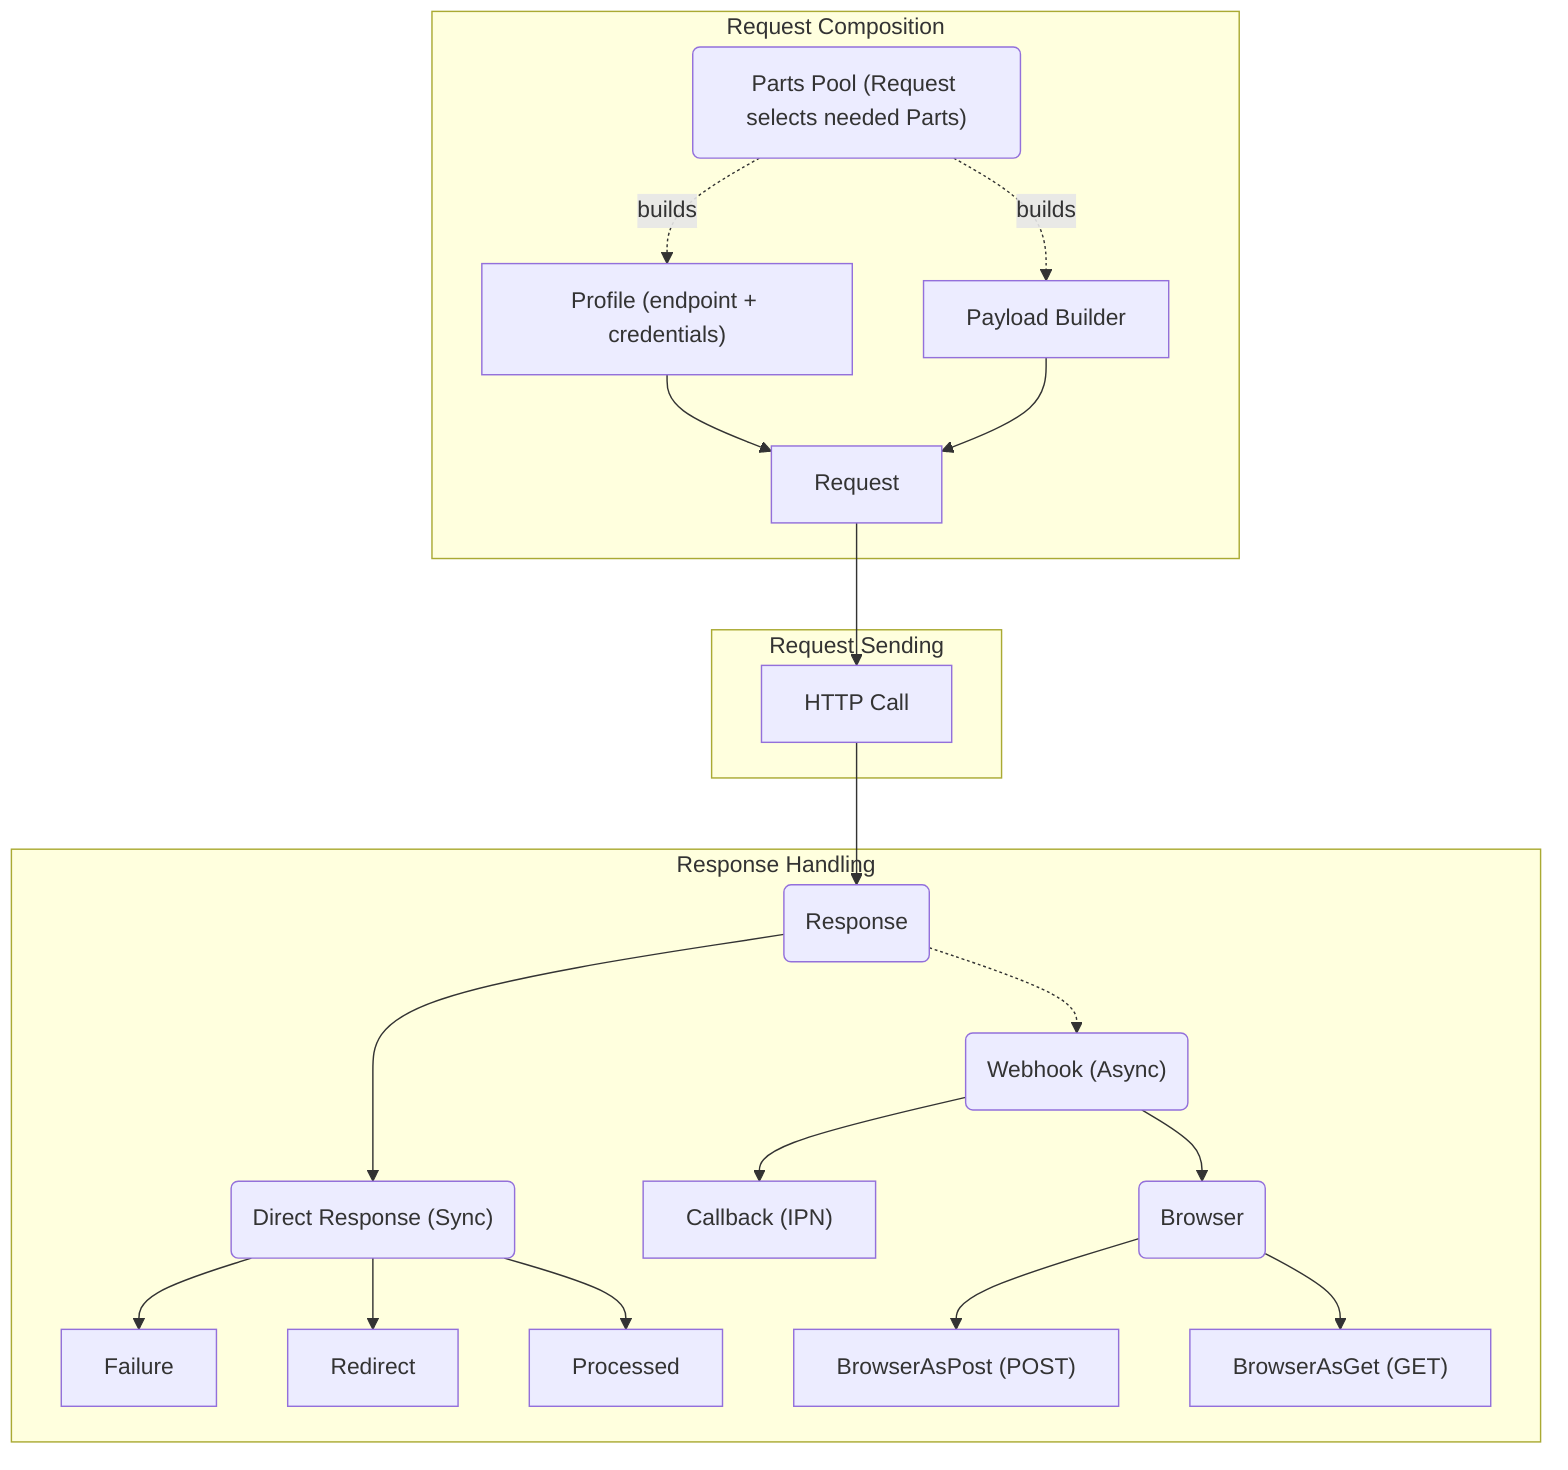
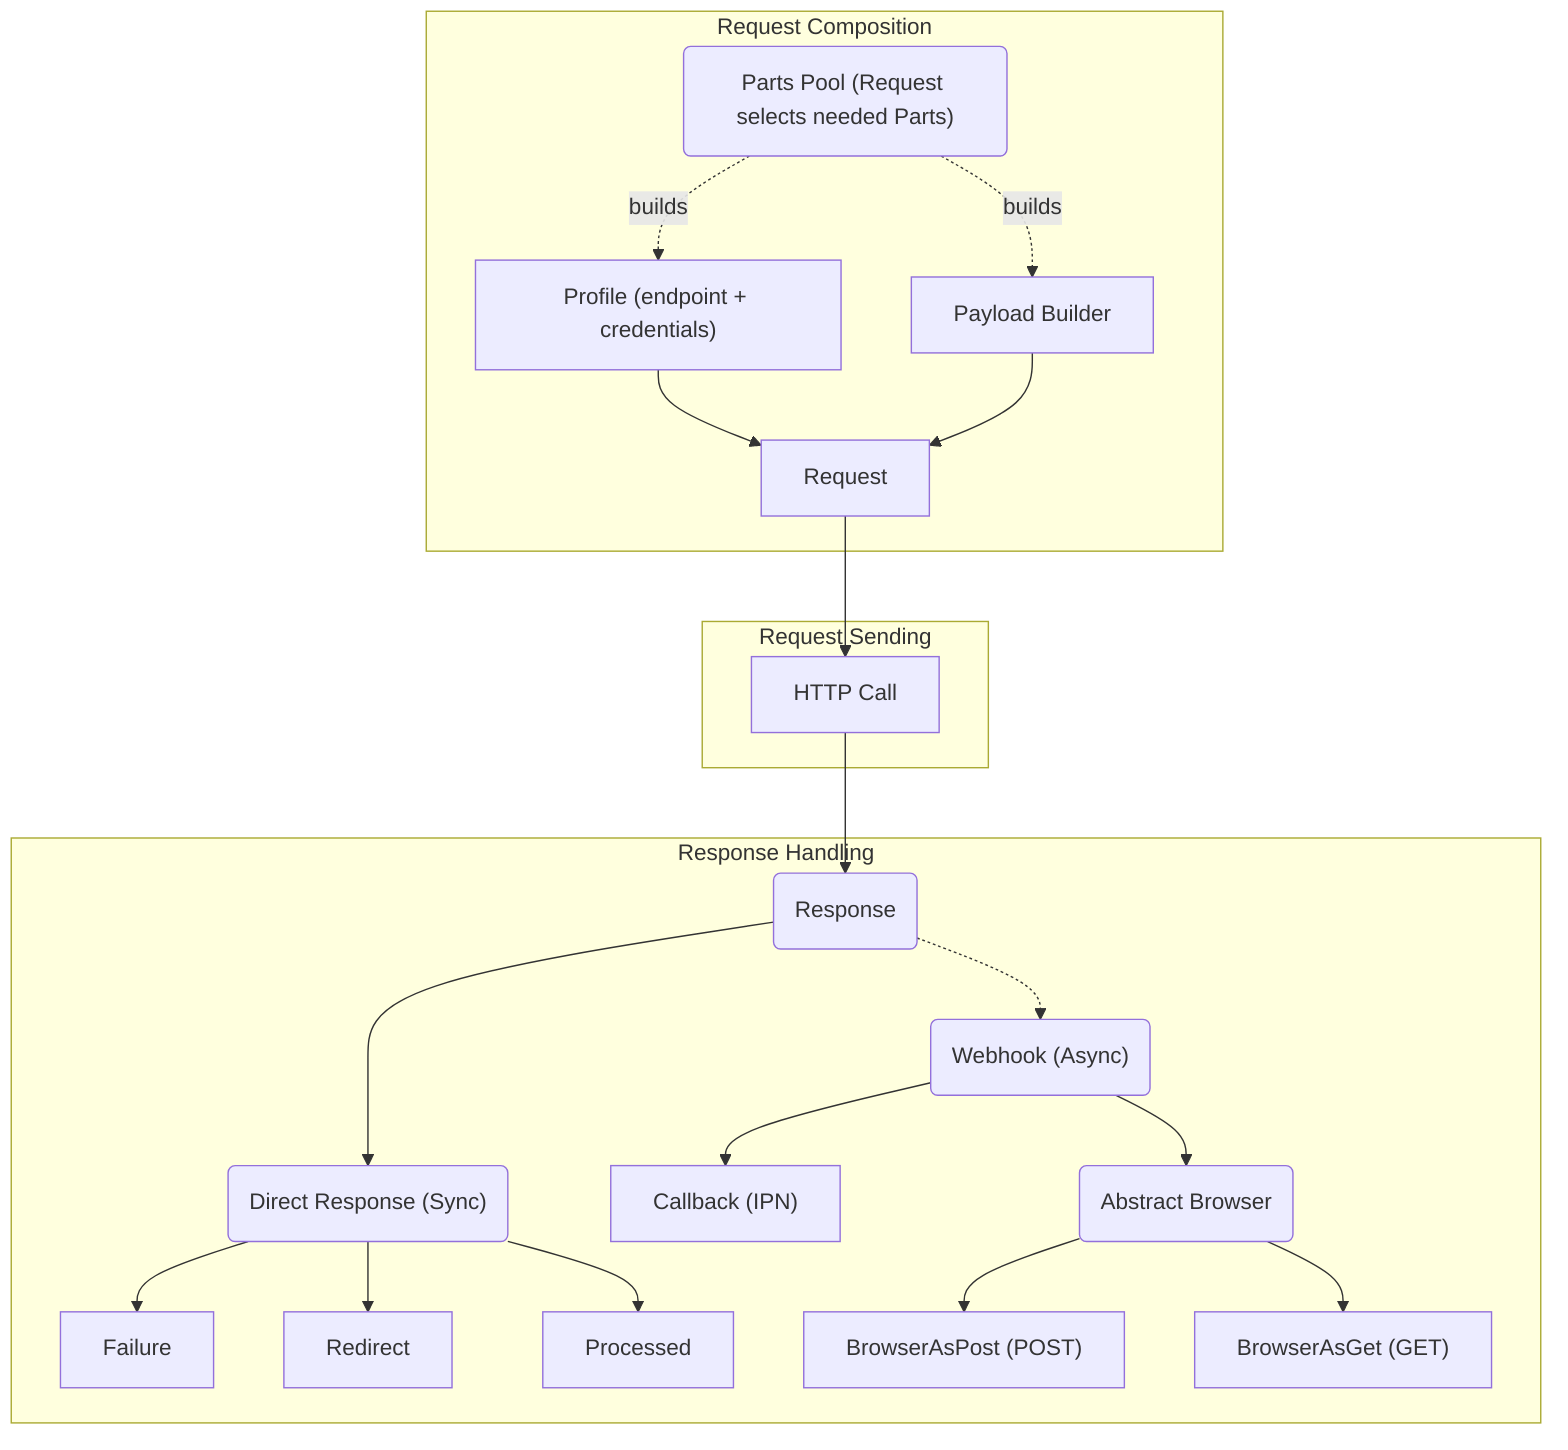
%% Mermaid flow diagram for PayTabs SDK
flowchart TD
  subgraph RequestComposition["Request Composition"]
    PartsPool("Parts Pool (Request selects needed Parts)")
    Profile["Profile (endpoint + credentials)"] --> Request[Request]
    Payload["Payload Builder"] --> Request
    PartsPool -. builds .-> Payload
    PartsPool -. builds .-> Profile
  end

  subgraph RequestSending["Request Sending"]
    Request --> HTTP["HTTP Call"]
  end

  subgraph ResponseHandling["Response Handling"]
    HTTP --> Response(Response)
    Response ---> DirectResponse("Direct Response (Sync)")
    DirectResponse --> Failure[Failure]
    DirectResponse --> Redirect[Redirect]
    DirectResponse --> Processed[Processed]

    Response -.-> Webhook("Webhook (Async)")
    Webhook --> Callback["Callback (IPN)"]
-     Webhook --> Browser("Browser")
+     Webhook --> Browser("Abstract Browser")
    Browser --> BrowserAsPost["BrowserAsPost (POST)"]
    Browser --> BrowserAsGet["BrowserAsGet (GET)"]
  end
